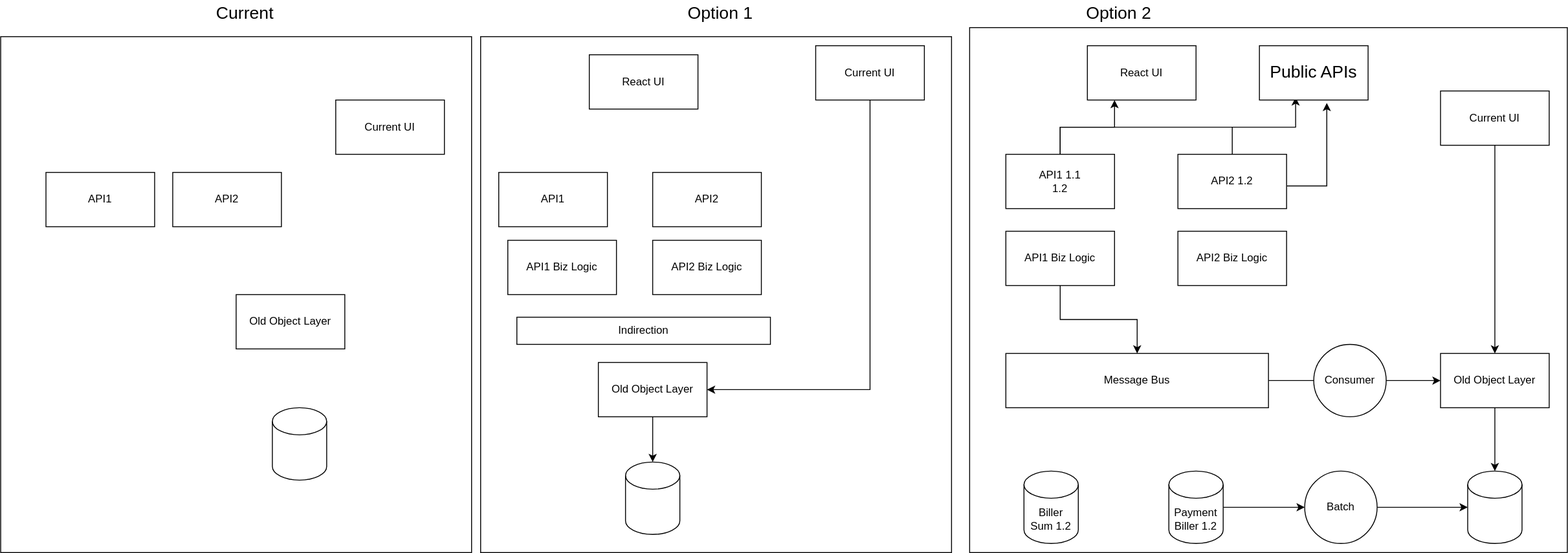
vjavle/invoicecloud keeps this draw.io diagram as microservices/refactoringoptions.svg. Above is the earlier version. Source tidied: cells renumbered, new cells last; positions are measured from the earlier drawing's top-left corner, leaving out a move shared by most shapes.
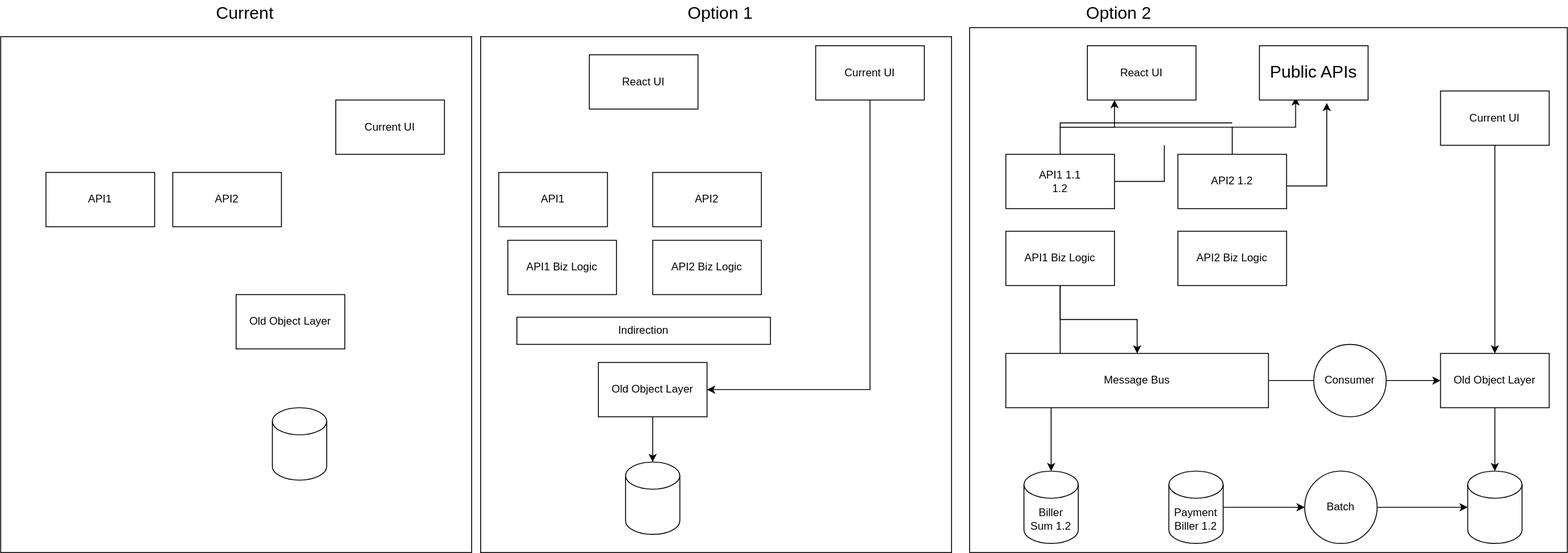
After the change.

Diff of the diagram source:
```diff
@@ -87,6 +87,9 @@
     <mxCell id="28" style="edgeStyle=orthogonalEdgeStyle;rounded=0;jettySize=auto;html=1;fontSize=19;" parent="1" edge="1" source="29" target="37">
       <mxGeometry relative="1" as="geometry" />
     </mxCell>
+    <mxCell id="48" style="edgeStyle=orthogonalEdgeStyle;rounded=0;jettySize=auto;html=1;" parent="1" edge="1" source="29" target="27">
+      <mxGeometry relative="1" as="geometry" />
+    </mxCell>
     <mxCell id="29" value="API1 Biz Logic" style="rounded=0;whiteSpace=wrap;html=1;" parent="1" vertex="1">
       <mxGeometry x="1110" y="255" width="120" height="60" as="geometry" />
     </mxCell>
@@ -138,8 +141,9 @@
     <mxCell id="45" value="API2 1.2" style="rounded=0;whiteSpace=wrap;html=1;" parent="1" vertex="1">
       <mxGeometry x="1300" y="170" width="120" height="60" as="geometry" />
     </mxCell>
-    <mxCell id="46" style="edgeStyle=orthogonalEdgeStyle;rounded=0;jettySize=auto;html=1;fontSize=19;endArrow=none;" parent="1" edge="1" source="22">
+    <mxCell id="46" style="edgeStyle=orthogonalEdgeStyle;rounded=0;orthogonalLoop=1;jettySize=auto;html=1;fontSize=19;endArrow=none;startArrow=none;" parent="1" edge="1">
       <mxGeometry relative="1" as="geometry">
+        <mxPoint x="1360" y="135.3" as="sourcePoint" />
         <mxPoint x="1360" y="140" as="targetPoint" />
         <Array as="points">
           <mxPoint x="1170" y="140" />
@@ -149,5 +153,10 @@
     <mxCell id="47" value="React UI" style="rounded=0;whiteSpace=wrap;html=1;" parent="1" vertex="1">
       <mxGeometry x="1200" y="50" width="120" height="60" as="geometry" />
     </mxCell>
+    <mxCell id="49" style="edgeStyle=orthogonalEdgeStyle;rounded=0;jettySize=auto;html=1;fontSize=19;endArrow=none;" parent="1" edge="1" source="22">
+      <mxGeometry relative="1" as="geometry">
+        <mxPoint x="1285" y="160" as="targetPoint" />
+      </mxGeometry>
+    </mxCell>
   </root>
 </mxGraphModel>
```
